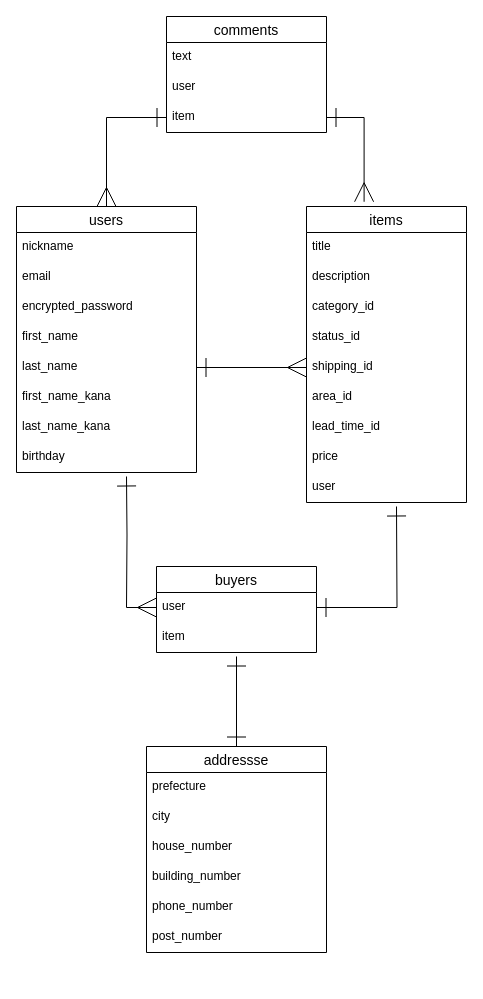
The draw.io diagram furima_ER.dio in KUniyukiOoyama/furima-34314, before the edit. Source tidied: cells renumbered, new cells numbered last; positions are measured from the earlier drawing's top-left corner, leaving out a move shared by most shapes. Both pictures are drawn from the tidied source at 100%, with x=0, y=0 at pixel (16, 16).
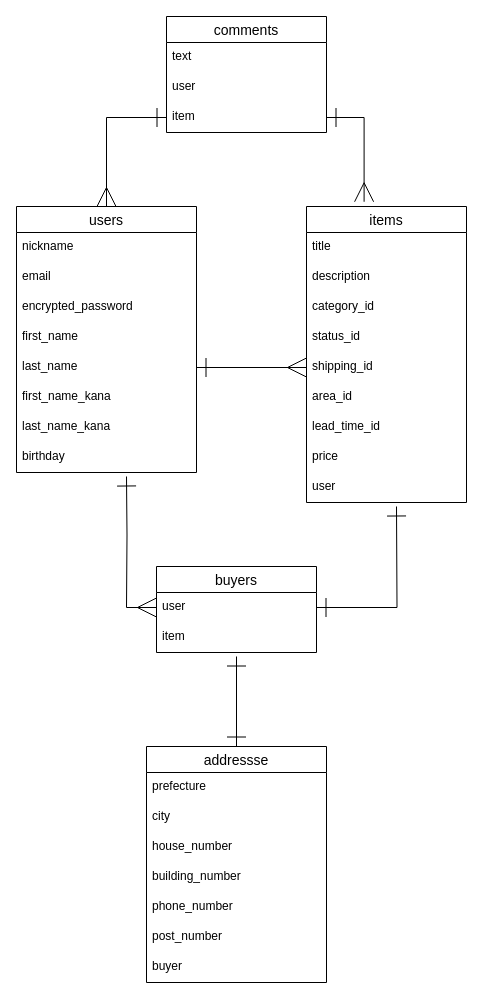
The same diagram, later.

Commit message (it also covers changes not shown here):
データベースの設計・ER図修正（6回目）

The edit, as a diff of the source:
```diff
@@
     <mxCell id="25" value="addressse" style="swimlane;fontStyle=0;horizontal=1;startSize=26;align=center;fontSize=14;" parent="1" vertex="1">
-      <mxGeometry x="130" y="730" width="180" height="206" as="geometry" />
+      <mxGeometry x="130" y="730" width="180" height="236" as="geometry" />
     </mxCell>
@@
+    <mxCell id="41" value="buyer" style="text;strokeColor=none;fillColor=none;spacingLeft=4;spacingRight=4;overflow=hidden;fontSize=12;" parent="25" vertex="1">
+      <mxGeometry y="206" width="180" height="30" as="geometry" />
+    </mxCell>
```
